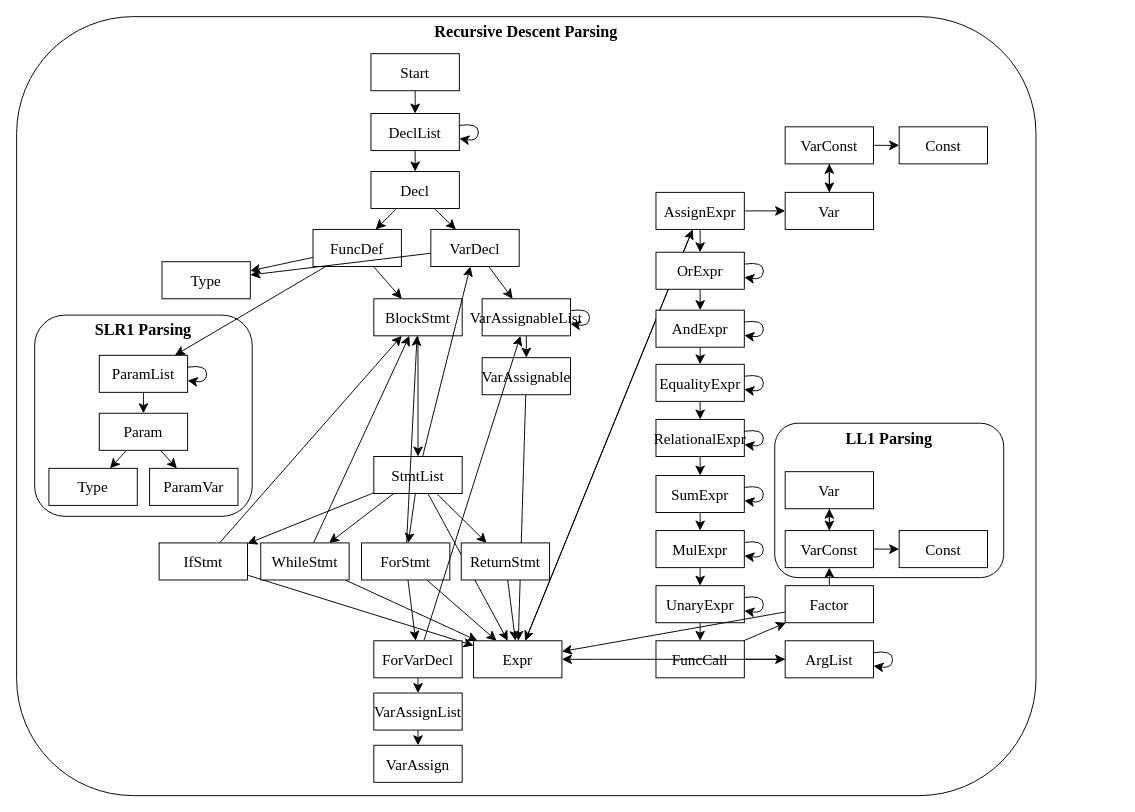
Before: doc/parser-spec.drawio in honeycrux/MyFirstCompiler, a draw.io diagram. Source tidied: cells renumbered, new cells numbered last; positions are measured from the earlier drawing's top-left corner, leaving out a move shared by most shapes. Both pictures are drawn from the tidied source at 95%, with x=0, y=0 at pixel (16, 16).
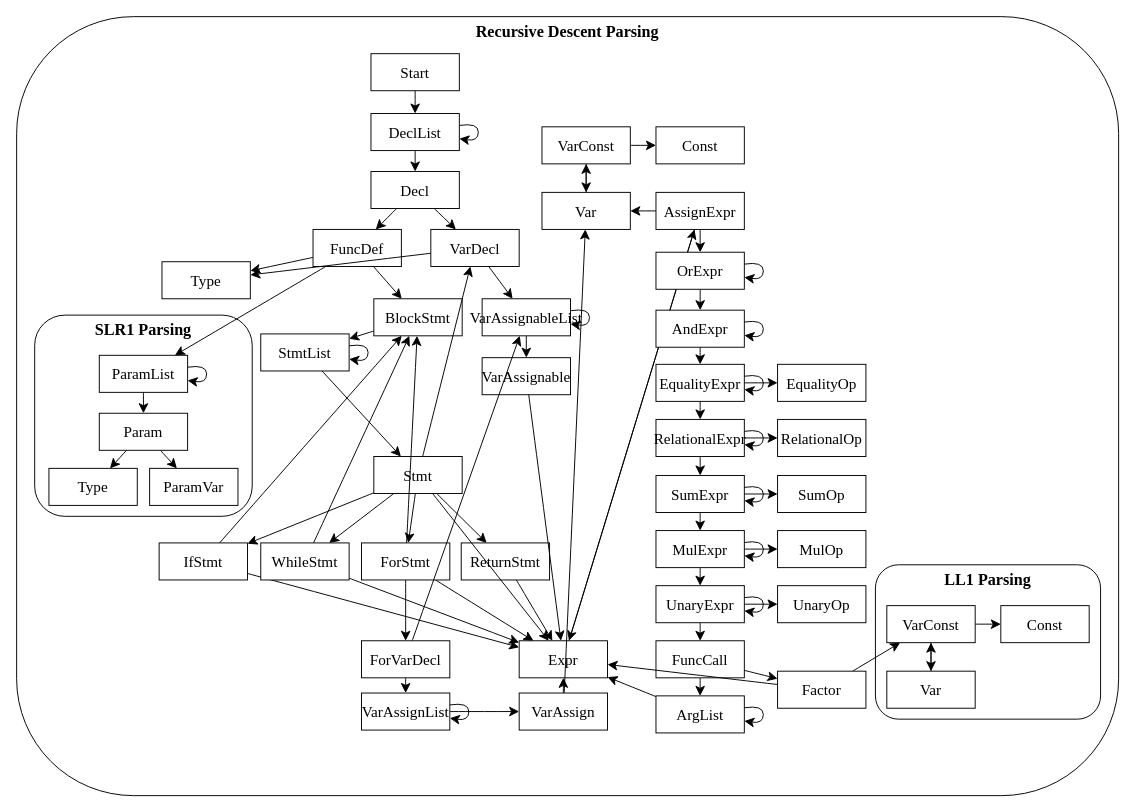
After the change.

Unchanged cells that the change refers to:
```xml
<mxCell id="19" value="VarDecl" style="rounded=0;whiteSpace=wrap;html=1;fontFamily=Garamond;fontSize=16;" parent="1" vertex="1">
  <mxGeometry x="436" y="224" width="93" height="39" as="geometry" />
</mxCell>
<mxCell id="24" value="BlockStmt" style="rounded=0;whiteSpace=wrap;html=1;fontFamily=Garamond;fontSize=16;" parent="1" vertex="1">
  <mxGeometry x="376" y="297" width="93" height="39" as="geometry" />
</mxCell>
<mxCell id="34" value="VarAssignable" style="rounded=0;whiteSpace=wrap;html=1;fontFamily=Garamond;fontSize=16;" parent="1" vertex="1">
  <mxGeometry x="490" y="359" width="93" height="39" as="geometry" />
</mxCell>
<mxCell id="48" value="WhileStmt" style="rounded=0;whiteSpace=wrap;html=1;fontFamily=Garamond;fontSize=16;" parent="1" vertex="1">
  <mxGeometry x="257" y="554" width="93" height="39" as="geometry" />
</mxCell>
<mxCell id="52" value="ForStmt" style="rounded=0;whiteSpace=wrap;html=1;fontFamily=Garamond;fontSize=16;" parent="1" vertex="1">
  <mxGeometry x="363" y="554" width="93" height="39" as="geometry" />
</mxCell>
<mxCell id="71" value="EqualityExpr" style="rounded=0;whiteSpace=wrap;html=1;fontFamily=Garamond;fontSize=16;" parent="1" vertex="1">
  <mxGeometry x="673" y="366" width="93" height="39" as="geometry" />
</mxCell>
<mxCell id="74" value="RelationalExpr" style="rounded=0;whiteSpace=wrap;html=1;fontFamily=Garamond;fontSize=16;" parent="1" vertex="1">
  <mxGeometry x="673" y="424" width="93" height="39" as="geometry" />
</mxCell>
<mxCell id="77" value="SumExpr" style="rounded=0;whiteSpace=wrap;html=1;fontFamily=Garamond;fontSize=16;" parent="1" vertex="1">
  <mxGeometry x="673" y="483" width="93" height="39" as="geometry" />
</mxCell>
<mxCell id="80" value="MulExpr" style="rounded=0;whiteSpace=wrap;html=1;fontFamily=Garamond;fontSize=16;" parent="1" vertex="1">
  <mxGeometry x="673" y="541" width="93" height="39" as="geometry" />
</mxCell>
<mxCell id="83" value="UnaryExpr" style="rounded=0;whiteSpace=wrap;html=1;fontFamily=Garamond;fontSize=16;" parent="1" vertex="1">
  <mxGeometry x="673" y="599" width="93" height="39" as="geometry" />
</mxCell>
```

Diff of the diagram source:
```diff
@@
     <mxCell id="2" value="Recursive Descent Parsing" style="rounded=1;whiteSpace=wrap;html=1;fillColor=none;fontFamily=Garamond;verticalAlign=top;fontSize=17;fontStyle=1;" parent="1" vertex="1">
-      <mxGeometry width="1073" height="820" as="geometry" />
+      <mxGeometry width="1160" height="820" as="geometry" />
     </mxCell>
@@
     <mxCell id="4" value="LL1 Parsing" style="rounded=1;whiteSpace=wrap;html=1;fillColor=none;fontFamily=Garamond;verticalAlign=top;fontSize=17;fontStyle=1;" parent="1" vertex="1">
-      <mxGeometry x="798" y="428" width="241" height="162.5" as="geometry" />
+      <mxGeometry x="904" y="577" width="237" height="162.5" as="geometry" />
     </mxCell>
@@
-    <mxCell id="23" style="edgeStyle=none;curved=1;rounded=0;jettySize=auto;html=1;fontSize=12;startSize=8;endSize=8;" parent="1" edge="1" source="24" target="42">
+    <mxCell id="23" style="edgeStyle=none;curved=1;rounded=0;jettySize=auto;html=1;fontSize=12;startSize=8;endSize=8;" parent="1" edge="1" source="117" target="42">
       <mxGeometry relative="1" as="geometry" />
     </mxCell>
@@
-    <mxCell id="33" style="edgeStyle=none;curved=1;rounded=0;jettySize=auto;html=1;fontSize=12;startSize=8;endSize=8;" parent="1" edge="1" source="34" target="56">
-      <mxGeometry relative="1" as="geometry" />
-    </mxCell>
@@
-    <mxCell id="36" style="edgeStyle=none;curved=1;rounded=0;jettySize=auto;html=1;fontSize=12;startSize=8;endSize=8;" parent="1" edge="1" source="42" target="19">
-      <mxGeometry relative="1" as="geometry" />
-    </mxCell>
@@
-    <mxCell id="40" style="edgeStyle=none;curved=1;rounded=0;jettySize=auto;html=1;fontSize=12;startSize=8;endSize=8;" parent="1" edge="1" source="42" target="56">
-      <mxGeometry relative="1" as="geometry" />
-    </mxCell>
@@
-    <mxCell id="42" value="StmtList" style="rounded=0;whiteSpace=wrap;html=1;fontFamily=Garamond;fontSize=16;" parent="1" vertex="1">
+    <mxCell id="42" value="Stmt" style="rounded=0;whiteSpace=wrap;html=1;fontFamily=Garamond;fontSize=16;" parent="1" vertex="1">
       <mxGeometry x="376" y="463" width="93" height="39" as="geometry" />
     </mxCell>
@@
-    <mxCell id="47" style="edgeStyle=none;curved=1;rounded=0;jettySize=auto;html=1;fontSize=12;startSize=8;endSize=8;" parent="1" edge="1" source="48" target="24">
-      <mxGeometry relative="1" as="geometry" />
-    </mxCell>
@@
-    <mxCell id="51" style="edgeStyle=none;curved=1;rounded=0;jettySize=auto;html=1;fontSize=12;startSize=8;endSize=8;" parent="1" edge="1" source="52" target="24">
-      <mxGeometry relative="1" as="geometry" />
-    </mxCell>
@@
     <mxCell id="56" value="Expr" style="rounded=0;whiteSpace=wrap;html=1;fontFamily=Garamond;fontSize=16;" parent="1" vertex="1">
-      <mxGeometry x="481" y="657" width="93" height="39" as="geometry" />
+      <mxGeometry x="529" y="657" width="93" height="39" as="geometry" />
     </mxCell>
@@
     <mxCell id="59" value="ForVarDecl" style="rounded=0;whiteSpace=wrap;html=1;fontFamily=Garamond;fontSize=16;" parent="1" vertex="1">
-      <mxGeometry x="376" y="657" width="93" height="39" as="geometry" />
+      <mxGeometry x="363" y="657" width="93" height="39" as="geometry" />
     </mxCell>
@@
+    <mxCell id="109" style="edgeStyle=none;curved=1;rounded=0;jettySize=auto;html=1;fontSize=12;startSize=8;endSize=8;" parent="1" edge="1" source="71" target="124">
+      <mxGeometry relative="1" as="geometry" />
+    </mxCell>
@@
+    <mxCell id="110" style="edgeStyle=none;curved=1;rounded=0;jettySize=auto;html=1;fontSize=12;startSize=8;endSize=8;" parent="1" edge="1" source="74" target="123">
+      <mxGeometry relative="1" as="geometry" />
+    </mxCell>
@@
+    <mxCell id="111" style="edgeStyle=none;curved=1;rounded=0;jettySize=auto;html=1;fontSize=12;startSize=8;endSize=8;" parent="1" edge="1" source="77" target="122">
+      <mxGeometry relative="1" as="geometry" />
+    </mxCell>
@@
+    <mxCell id="112" style="edgeStyle=none;curved=1;rounded=0;jettySize=auto;html=1;fontSize=12;startSize=8;endSize=8;" parent="1" edge="1" source="80" target="121">
+      <mxGeometry relative="1" as="geometry" />
+    </mxCell>
@@
+    <mxCell id="113" style="edgeStyle=none;curved=1;rounded=0;jettySize=auto;html=1;fontSize=12;startSize=8;endSize=8;" parent="1" edge="1" source="83" target="120">
+      <mxGeometry relative="1" as="geometry" />
+    </mxCell>
@@
     <mxCell id="89" value="ArgList" style="rounded=0;whiteSpace=wrap;html=1;fontFamily=Garamond;fontSize=16;" parent="1" vertex="1">
-      <mxGeometry x="809" y="657" width="93" height="39" as="geometry" />
+      <mxGeometry x="673" y="715" width="93" height="39" as="geometry" />
     </mxCell>
@@
     <mxCell id="93" value="Factor" style="rounded=0;whiteSpace=wrap;html=1;fontFamily=Garamond;fontSize=16;" parent="1" vertex="1">
-      <mxGeometry x="809" y="599" width="93" height="39" as="geometry" />
+      <mxGeometry x="801" y="689" width="93" height="39" as="geometry" />
     </mxCell>
-    <mxCell id="94" style="edgeStyle=none;curved=1;rounded=0;jettySize=auto;html=1;fontSize=12;startSize=8;endSize=8;" parent="1" edge="1" source="96" target="98">
-      <mxGeometry relative="1" as="geometry" />
-    </mxCell>
-    <mxCell id="95" style="edgeStyle=none;curved=1;rounded=0;jettySize=auto;html=1;fontSize=12;startSize=8;endSize=8;" parent="1" edge="1" source="96" target="99">
-      <mxGeometry relative="1" as="geometry" />
-    </mxCell>
-    <mxCell id="96" value="VarConst" style="rounded=0;whiteSpace=wrap;html=1;fontFamily=Garamond;fontSize=16;" parent="1" vertex="1">
-      <mxGeometry x="809" y="541" width="93" height="39" as="geometry" />
-    </mxCell>
-    <mxCell id="97" style="edgeStyle=none;curved=1;rounded=0;jettySize=auto;html=1;fontSize=12;startSize=8;endSize=8;" parent="1" edge="1" source="98" target="96">
-      <mxGeometry relative="1" as="geometry" />
-    </mxCell>
-    <mxCell id="98" value="Var" style="rounded=0;whiteSpace=wrap;html=1;fontFamily=Garamond;fontSize=16;" parent="1" vertex="1">
-      <mxGeometry x="809" y="479" width="93" height="39" as="geometry" />
-    </mxCell>
-    <mxCell id="99" value="Const" style="rounded=0;whiteSpace=wrap;html=1;fontFamily=Garamond;fontSize=16;" parent="1" vertex="1">
-      <mxGeometry x="929" y="541" width="93" height="39" as="geometry" />
-    </mxCell>
@@
     <mxCell id="101" value="Var" style="rounded=0;whiteSpace=wrap;html=1;fontFamily=Garamond;fontSize=16;" parent="1" vertex="1">
-      <mxGeometry x="809" y="185" width="93" height="39" as="geometry" />
+      <mxGeometry x="553" y="185" width="93" height="39" as="geometry" />
     </mxCell>
@@
     <mxCell id="103" value="VarAssignList" style="rounded=0;whiteSpace=wrap;html=1;fontFamily=Garamond;fontSize=16;" parent="1" vertex="1">
-      <mxGeometry x="376" y="712" width="93" height="39" as="geometry" />
+      <mxGeometry x="363" y="712" width="93" height="39" as="geometry" />
     </mxCell>
+    <mxCell id="114" style="edgeStyle=none;curved=1;rounded=0;jettySize=auto;html=1;fontSize=12;startSize=8;endSize=8;" parent="1" edge="1" source="104" target="56">
+      <mxGeometry relative="1" as="geometry" />
+    </mxCell>
+    <mxCell id="115" style="edgeStyle=none;curved=1;rounded=0;jettySize=auto;html=1;fontSize=12;startSize=8;endSize=8;" parent="1" edge="1" source="104" target="101">
+      <mxGeometry relative="1" as="geometry" />
+    </mxCell>
     <mxCell id="104" value="VarAssign" style="rounded=0;whiteSpace=wrap;html=1;fontFamily=Garamond;fontSize=16;" parent="1" vertex="1">
-      <mxGeometry x="376" y="767" width="93" height="39" as="geometry" />
+      <mxGeometry x="529" y="712" width="93" height="39" as="geometry" />
     </mxCell>
@@
     <mxCell id="107" value="VarConst" style="rounded=0;whiteSpace=wrap;html=1;fontFamily=Garamond;fontSize=16;" parent="1" vertex="1">
-      <mxGeometry x="809" y="116" width="93" height="39" as="geometry" />
+      <mxGeometry x="553" y="116" width="93" height="39" as="geometry" />
     </mxCell>
     <mxCell id="108" value="Const" style="rounded=0;whiteSpace=wrap;html=1;fontFamily=Garamond;fontSize=16;" parent="1" vertex="1">
-      <mxGeometry x="929" y="116" width="93" height="39" as="geometry" />
+      <mxGeometry x="673" y="116" width="93" height="39" as="geometry" />
     </mxCell>
+    <mxCell id="33" style="edgeStyle=none;curved=1;rounded=0;jettySize=auto;html=1;fontSize=12;startSize=8;endSize=8;" parent="1" edge="1" source="34" target="56">
+      <mxGeometry relative="1" as="geometry" />
+    </mxCell>
+    <mxCell id="40" style="edgeStyle=none;curved=1;rounded=0;jettySize=auto;html=1;fontSize=12;startSize=8;endSize=8;" parent="1" edge="1" source="42" target="56">
+      <mxGeometry relative="1" as="geometry" />
+    </mxCell>
+    <mxCell id="116" style="edgeStyle=none;curved=1;rounded=0;jettySize=auto;html=1;fontSize=12;startSize=8;endSize=8;" parent="1" edge="1" source="24" target="117">
+      <mxGeometry relative="1" as="geometry" />
+    </mxCell>
+    <mxCell id="117" value="StmtList" style="rounded=0;whiteSpace=wrap;html=1;fontFamily=Garamond;fontSize=16;" parent="1" vertex="1">
+      <mxGeometry x="257" y="334" width="93" height="39" as="geometry" />
+    </mxCell>
+    <mxCell id="36" style="edgeStyle=none;curved=1;rounded=0;jettySize=auto;html=1;fontSize=12;startSize=8;endSize=8;" parent="1" edge="1" source="42" target="19">
+      <mxGeometry relative="1" as="geometry" />
+    </mxCell>
+    <mxCell id="47" style="edgeStyle=none;curved=1;rounded=0;jettySize=auto;html=1;fontSize=12;startSize=8;endSize=8;" parent="1" edge="1" source="48" target="24">
+      <mxGeometry relative="1" as="geometry" />
+    </mxCell>
+    <mxCell id="51" style="edgeStyle=none;curved=1;rounded=0;jettySize=auto;html=1;fontSize=12;startSize=8;endSize=8;" parent="1" edge="1" source="52" target="24">
+      <mxGeometry relative="1" as="geometry" />
+    </mxCell>
+    <mxCell id="118" style="edgeStyle=none;curved=1;rounded=0;orthogonalLoop=1;jettySize=auto;html=1;fontSize=12;startSize=8;endSize=8;" parent="1" edge="1" source="117" target="117">
+      <mxGeometry relative="1" as="geometry" />
+    </mxCell>
+    <mxCell id="119" style="edgeStyle=none;curved=1;rounded=0;orthogonalLoop=1;jettySize=auto;html=1;fontSize=12;startSize=8;endSize=8;" parent="1" edge="1" source="103" target="103">
+      <mxGeometry relative="1" as="geometry" />
+    </mxCell>
+    <mxCell id="120" value="UnaryOp" style="rounded=0;whiteSpace=wrap;html=1;fontFamily=Garamond;fontSize=16;" parent="1" vertex="1">
+      <mxGeometry x="801" y="599" width="93" height="39" as="geometry" />
+    </mxCell>
+    <mxCell id="121" value="MulOp" style="rounded=0;whiteSpace=wrap;html=1;fontFamily=Garamond;fontSize=16;" parent="1" vertex="1">
+      <mxGeometry x="801" y="541" width="93" height="39" as="geometry" />
+    </mxCell>
+    <mxCell id="122" value="SumOp" style="rounded=0;whiteSpace=wrap;html=1;fontFamily=Garamond;fontSize=16;" parent="1" vertex="1">
+      <mxGeometry x="801" y="483" width="93" height="39" as="geometry" />
+    </mxCell>
+    <mxCell id="123" value="RelationalOp" style="rounded=0;whiteSpace=wrap;html=1;fontFamily=Garamond;fontSize=16;" parent="1" vertex="1">
+      <mxGeometry x="801" y="424" width="93" height="39" as="geometry" />
+    </mxCell>
+    <mxCell id="124" value="EqualityOp" style="rounded=0;whiteSpace=wrap;html=1;fontFamily=Garamond;fontSize=16;" parent="1" vertex="1">
+      <mxGeometry x="801" y="366" width="93" height="39" as="geometry" />
+    </mxCell>
+    <mxCell id="97" style="edgeStyle=none;curved=1;rounded=0;jettySize=auto;html=1;fontSize=12;startSize=8;endSize=8;" parent="1" edge="1" source="98" target="96">
+      <mxGeometry relative="1" as="geometry" />
+    </mxCell>
+    <mxCell id="98" value="Var" style="rounded=0;whiteSpace=wrap;html=1;fontFamily=Garamond;fontSize=16;" parent="1" vertex="1">
+      <mxGeometry x="916" y="689" width="93" height="39" as="geometry" />
+    </mxCell>
+    <mxCell id="94" style="edgeStyle=none;curved=1;rounded=0;jettySize=auto;html=1;fontSize=12;startSize=8;endSize=8;" parent="1" edge="1" source="96" target="98">
+      <mxGeometry relative="1" as="geometry" />
+    </mxCell>
+    <mxCell id="95" style="edgeStyle=none;curved=1;rounded=0;jettySize=auto;html=1;fontSize=12;startSize=8;endSize=8;" parent="1" edge="1" source="96" target="99">
+      <mxGeometry relative="1" as="geometry" />
+    </mxCell>
+    <mxCell id="96" value="VarConst" style="rounded=0;whiteSpace=wrap;html=1;fontFamily=Garamond;fontSize=16;" parent="1" vertex="1">
+      <mxGeometry x="916" y="620" width="93" height="39" as="geometry" />
+    </mxCell>
+    <mxCell id="99" value="Const" style="rounded=0;whiteSpace=wrap;html=1;fontFamily=Garamond;fontSize=16;" parent="1" vertex="1">
+      <mxGeometry x="1036" y="620" width="93" height="39" as="geometry" />
+    </mxCell>
```
